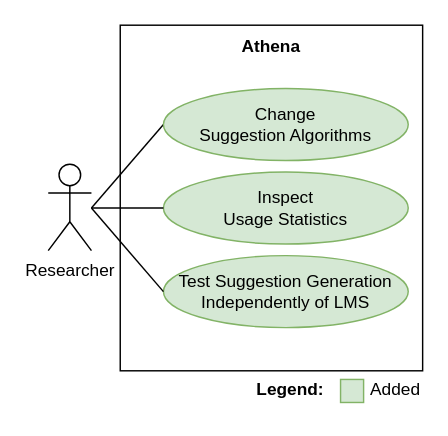
Before: page "athena" (3 of 3) of figures/src/use-case.drawio in pal03377/master-thesis, a draw.io diagram. Source tidied: cells renumbered, new cells numbered last; positions are measured from the earlier drawing's top-left corner, leaving out a move shared by most shapes. Both pictures are drawn from the tidied source at 144%, with x=0, y=0 at pixel (48, 24).
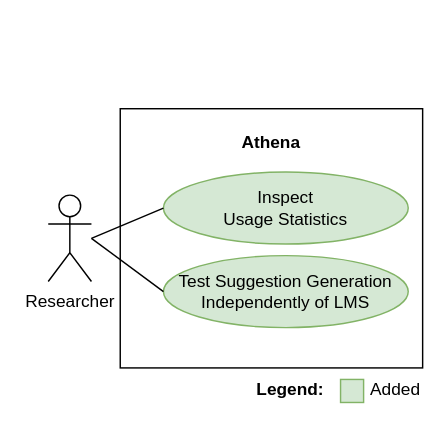
The same diagram, later.

Diff of the diagram source:
```diff
@@
 <mxGraphModel>
   <root>
     <mxCell id="0" />
     <mxCell id="1" parent="0" />
     <mxCell id="2" style="rounded=0;whiteSpace=wrap;html=1;" parent="1" vertex="1">
-      <mxGeometry x="50" width="210" height="240" as="geometry" />
+      <mxGeometry x="50" y="58" width="210" height="180" as="geometry" />
     </mxCell>
     <mxCell id="3" value="Athena" style="text;html=1;strokeColor=none;fillColor=none;align=center;verticalAlign=middle;whiteSpace=wrap;rounded=0;fontStyle=1;" parent="1" vertex="1">
-      <mxGeometry x="125" width="60" height="30" as="geometry" />
+      <mxGeometry x="125" y="66.5" width="60" height="30" as="geometry" />
     </mxCell>
-    <mxCell id="4" value="Researcher" style="shape=umlActor;verticalLabelPosition=bottom;verticalAlign=top;html=1;outlineConnect=0;points=[[0,0.3333333333333333,0,0,0],[0,0.5,0,0,0],[0,1,0,0,0],[0.25,0.1,0,0,0],[0.5,0,0,0,0],[0.5,0.5,0,0,0],[0.75,0.1,0,0,0],[1,0.3333333333333333,0,0,0],[1,1,0,0,0]];" parent="1" vertex="1">
-      <mxGeometry y="96.5" width="30" height="60" as="geometry" />
+    <mxCell id="4" value="Researcher" style="shape=umlActor;verticalLabelPosition=bottom;verticalAlign=top;html=1;outlineConnect=0;points=[[0,0.3333333333333333,0,0,0],[0,0.5,0,0,0],[0,1,0,0,0],[0.25,0.1,0,0,0],[0.5,0,0,0,0],[0.5,0.5,0,0,0],[0.75,0.1,0,0,0],[1,0.3333333333333333,0,0,0],[1,0.5,0,0,0],[1,1,0,0,0]];" parent="1" vertex="1">
+      <mxGeometry y="118" width="30" height="60" as="geometry" />
     </mxCell>
-    <mxCell id="5" style="edgeStyle=none;rounded=0;jettySize=auto;html=1;exitX=0;exitY=0.5;exitDx=0;exitDy=0;endArrow=none;endFill=0;" parent="1" edge="1" source="6">
-      <mxGeometry relative="1" as="geometry">
-        <mxPoint x="30" y="127" as="targetPoint" />
-      </mxGeometry>
-    </mxCell>
-    <mxCell id="6" value="Change&lt;br&gt;Suggestion Algorithms" style="ellipse;whiteSpace=wrap;html=1;fillColor=#d5e8d4;strokeColor=#82b366;" parent="1" vertex="1">
-      <mxGeometry x="80" y="44" width="170" height="50" as="geometry" />
-    </mxCell>
     <mxCell id="7" value="Inspect&lt;br&gt;Usage Statistics" style="ellipse;whiteSpace=wrap;html=1;fillColor=#d5e8d4;strokeColor=#82b366;" parent="1" vertex="1">
       <mxGeometry x="80" y="102" width="170" height="50" as="geometry" />
     </mxCell>
-    <mxCell id="8" style="edgeStyle=none;rounded=0;jettySize=auto;html=1;exitX=0;exitY=0.5;exitDx=0;exitDy=0;endArrow=none;endFill=0;" parent="1" edge="1" source="7">
-      <mxGeometry relative="1" as="geometry">
-        <mxPoint x="30" y="127" as="targetPoint" />
-      </mxGeometry>
+    <mxCell id="8" style="edgeStyle=none;rounded=0;jettySize=auto;html=1;exitX=0;exitY=0.5;exitDx=0;exitDy=0;endArrow=none;endFill=0;entryX=1;entryY=0.5;entryDx=0;entryDy=0;entryPerimeter=0;" parent="1" edge="1" source="7" target="4">
+      <mxGeometry relative="1" as="geometry" />
     </mxCell>
     <mxCell id="9" value="Test Suggestion Generation Independently of LMS" style="ellipse;whiteSpace=wrap;html=1;fillColor=#d5e8d4;strokeColor=#82b366;" parent="1" vertex="1">
       <mxGeometry x="80" y="160" width="170" height="50" as="geometry" />
     </mxCell>
     <mxCell id="10" style="edgeStyle=none;rounded=0;jettySize=auto;html=1;exitX=0;exitY=0.5;exitDx=0;exitDy=0;endArrow=none;endFill=0;" parent="1" edge="1" source="9">
       <mxGeometry relative="1" as="geometry">
-        <mxPoint x="30" y="127" as="targetPoint" />
+        <mxPoint x="30" y="148" as="targetPoint" />
       </mxGeometry>
     </mxCell>
     <mxCell id="11" value="Legend:" style="text;html=1;strokeColor=none;fillColor=none;align=left;verticalAlign=middle;whiteSpace=wrap;rounded=0;fontStyle=1;" parent="1" vertex="1">
       <mxGeometry x="143" y="238" width="60" height="30" as="geometry" />
     </mxCell>
     <mxCell id="12" style="rounded=0;whiteSpace=wrap;html=1;fillColor=#d5e8d4;strokeColor=#82b366;" parent="1" vertex="1">
       <mxGeometry x="203" y="246" width="16" height="16" as="geometry" />
     </mxCell>
     <mxCell id="13" value="Added" style="text;html=1;strokeColor=none;fillColor=none;align=left;verticalAlign=middle;whiteSpace=wrap;rounded=0;fontStyle=0;" parent="1" vertex="1">
       <mxGeometry x="222" y="238" width="38" height="30" as="geometry" />
     </mxCell>
   </root>
 </mxGraphModel>
```
